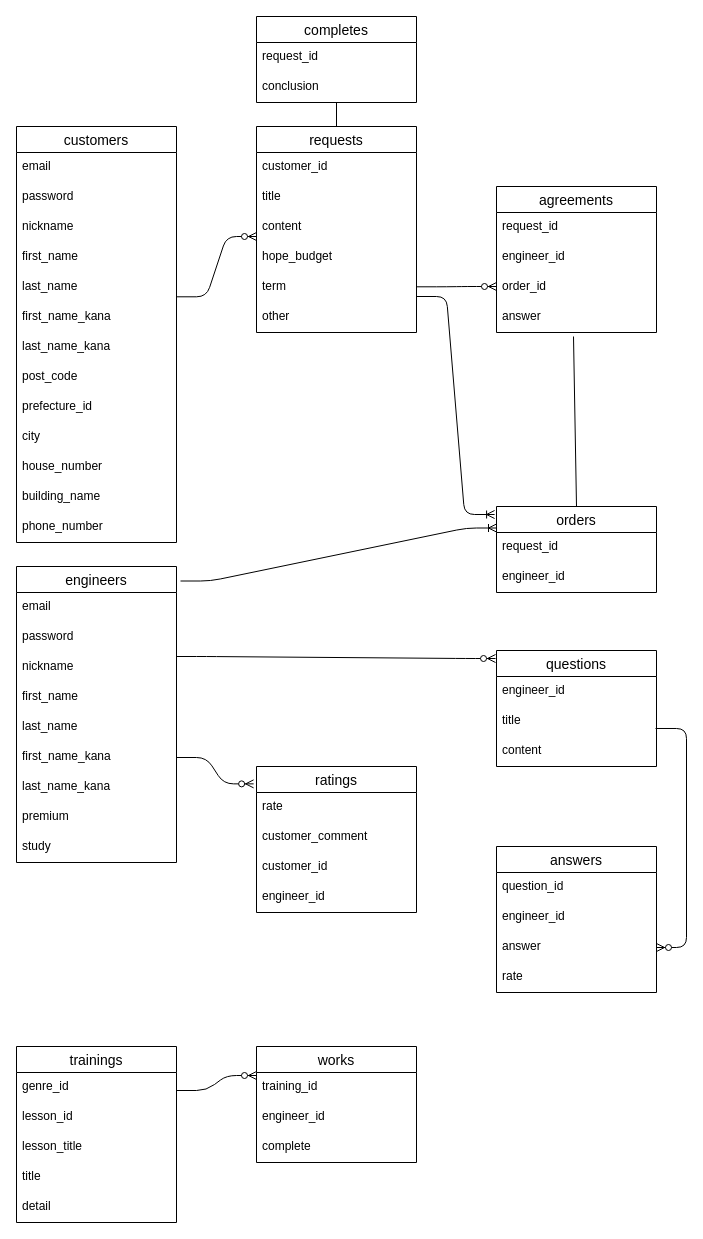
This is er.dio from ikun2019/exece_bridge, a draw.io file, before an edit. Source tidied: cells renumbered, new cells numbered last; positions are measured from the earlier drawing's top-left corner, leaving out a move shared by most shapes. Both pictures are drawn from the tidied source at 100%, with x=0, y=0 at pixel (16, 16).
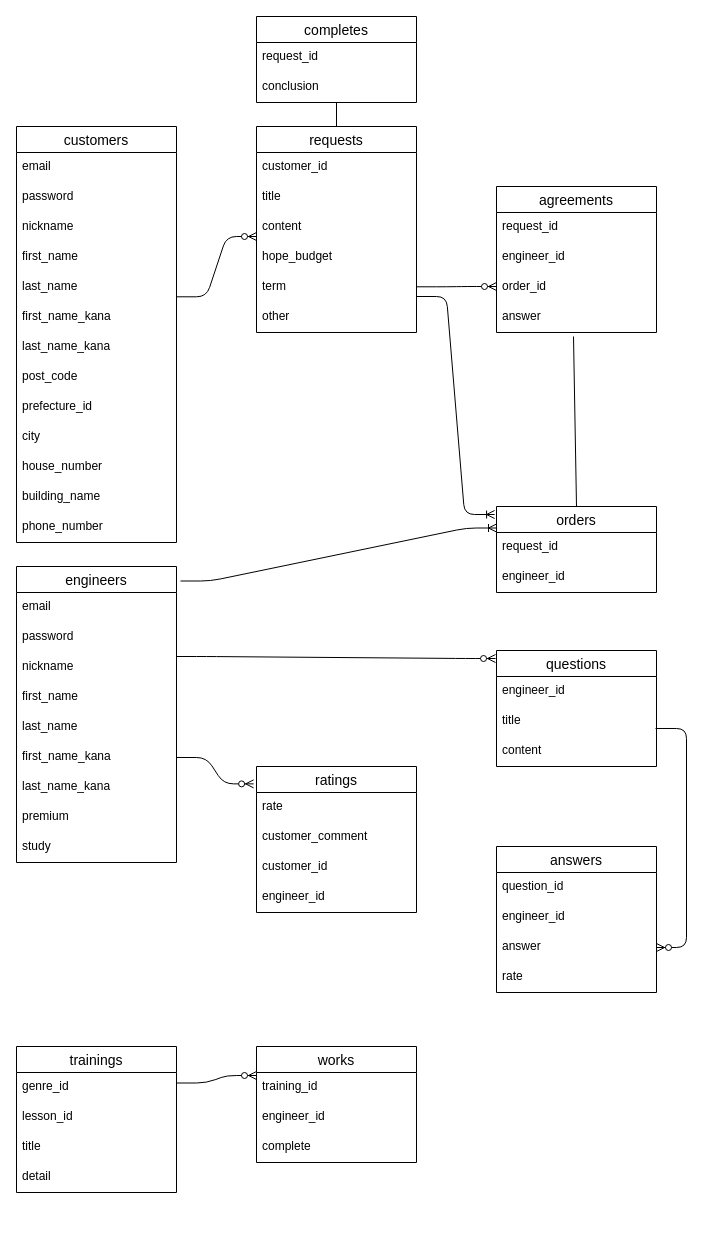
The same diagram, later.

The edit, as a diff of the source:
```diff
@@
     <mxCell id="67" value="trainings" style="swimlane;fontStyle=0;horizontal=1;startSize=26;align=center;fontSize=14;" parent="1" vertex="1">
-      <mxGeometry y="1030" width="160" height="176" as="geometry" />
+      <mxGeometry y="1030" width="160" height="146" as="geometry" />
     </mxCell>
@@
-    <mxCell id="70" value="lesson_title" style="text;strokeColor=none;fillColor=none;spacingLeft=4;spacingRight=4;overflow=hidden;fontSize=12;" parent="67" vertex="1">
-      <mxGeometry y="86" width="160" height="30" as="geometry" />
-    </mxCell>
     <mxCell id="71" value="title" style="text;strokeColor=none;fillColor=none;spacingLeft=4;spacingRight=4;overflow=hidden;fontSize=12;" parent="67" vertex="1">
-      <mxGeometry y="116" width="160" height="30" as="geometry" />
+      <mxGeometry y="86" width="160" height="30" as="geometry" />
     </mxCell>
     <mxCell id="72" value="detail" style="text;strokeColor=none;fillColor=none;spacingLeft=4;spacingRight=4;overflow=hidden;fontSize=12;" parent="67" vertex="1">
-      <mxGeometry y="146" width="160" height="30" as="geometry" />
+      <mxGeometry y="116" width="160" height="30" as="geometry" />
     </mxCell>
```
